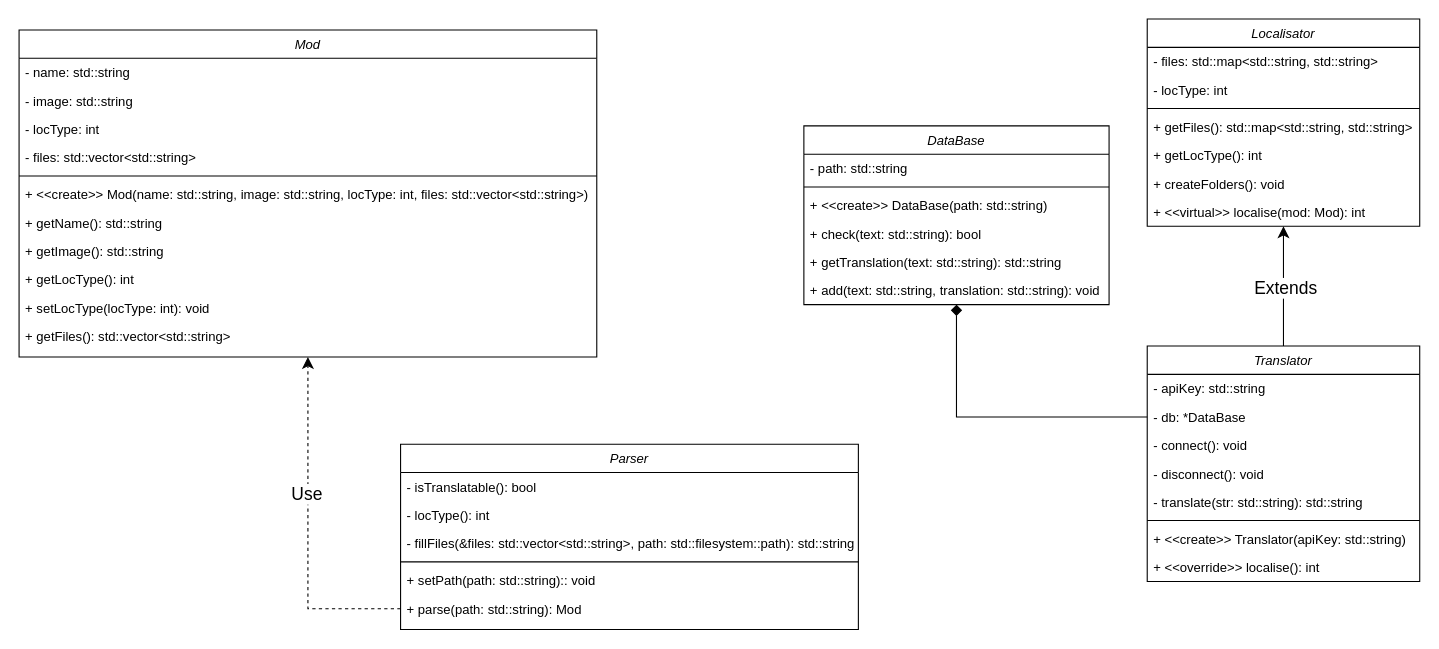
Before: StellarisMT.drawio in trpo2023/cw-ip-215_stellaris-mods-translator, a draw.io diagram. Source tidied: cells renumbered, new cells numbered last; positions are measured from the earlier drawing's top-left corner, leaving out a move shared by most shapes. Both pictures are drawn from the tidied source at 109%, with x=0, y=0 at pixel (19, 19).
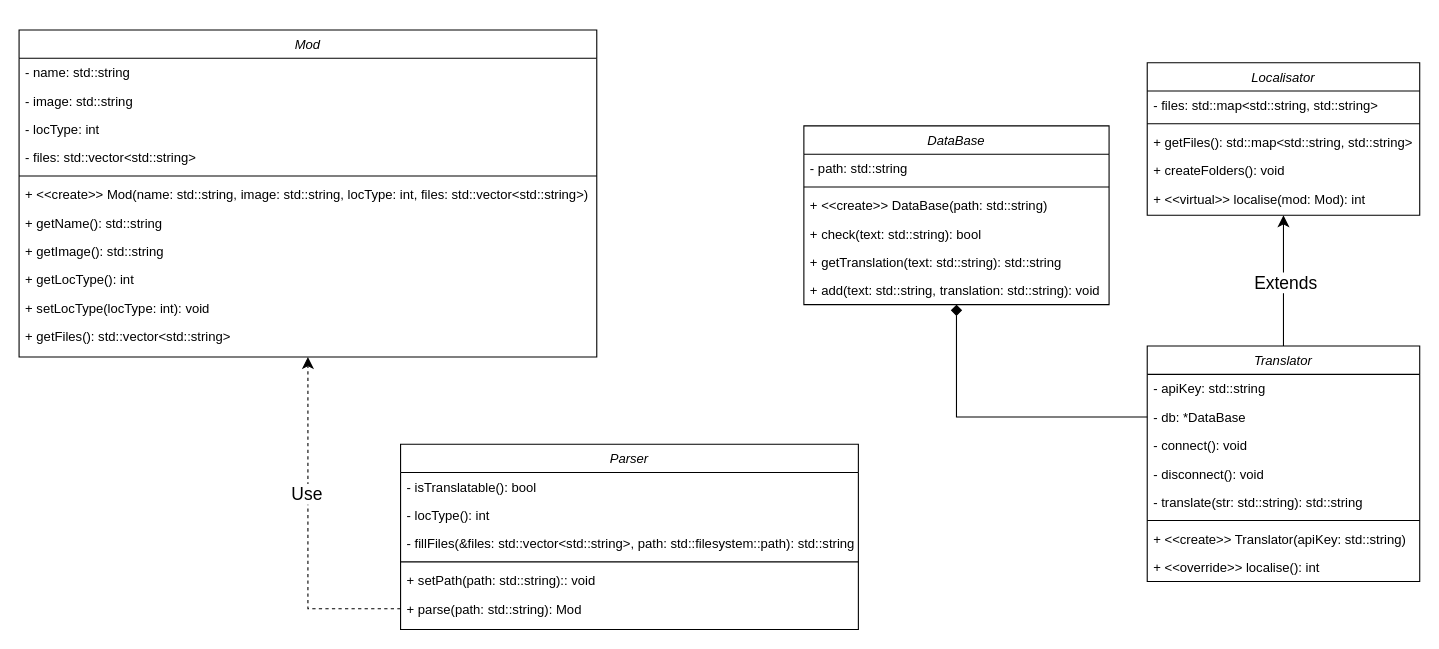
After the change.

What changed in the source:
```diff
@@
     <mxCell id="21" value="Localisator" style="swimlane;fontStyle=2;align=center;verticalAlign=top;horizontal=1;startSize=26;rounded=0;shadow=0;strokeWidth=1;" parent="1" vertex="1">
-      <mxGeometry x="1035" width="250" height="190" as="geometry" />
+      <mxGeometry x="1035" y="40" width="250" height="140" as="geometry" />
     </mxCell>
@@
-    <mxCell id="23" value="- locType: int" style="text;align=left;verticalAlign=top;spacingLeft=4;spacingRight=4;overflow=hidden;rounded=0;shadow=0;html=0;" parent="21" vertex="1">
-      <mxGeometry y="52" width="250" height="26" as="geometry" />
-    </mxCell>
     <mxCell id="24" style="line;html=1;strokeWidth=1;align=left;verticalAlign=middle;spacingTop=-1;spacingLeft=3;spacingRight=3;labelPosition=right;" parent="21" vertex="1">
-      <mxGeometry y="78" width="250" height="8" as="geometry" />
+      <mxGeometry y="52" width="250" height="8" as="geometry" />
     </mxCell>
     <mxCell id="25" value="+ getFiles(): std::map&lt;std::string, std::string&gt;" style="text;align=left;verticalAlign=top;spacingLeft=4;spacingRight=4;overflow=hidden;" parent="21" vertex="1">
-      <mxGeometry y="86" width="250" height="26" as="geometry" />
+      <mxGeometry y="60" width="250" height="26" as="geometry" />
     </mxCell>
-    <mxCell id="26" value="+ getLocType(): int" style="text;align=left;verticalAlign=top;spacingLeft=4;spacingRight=4;overflow=hidden;" parent="21" vertex="1">
-      <mxGeometry y="112" width="250" height="26" as="geometry" />
-    </mxCell>
     <mxCell id="27" value="+ createFolders(): void" style="text;align=left;verticalAlign=top;spacingLeft=4;spacingRight=4;overflow=hidden;" parent="21" vertex="1">
-      <mxGeometry y="138" width="250" height="26" as="geometry" />
+      <mxGeometry y="86" width="250" height="26" as="geometry" />
     </mxCell>
     <mxCell id="28" value="+ &lt;&lt;virtual&gt;&gt; localise(mod: Mod): int" style="text;align=left;verticalAlign=top;spacingLeft=4;spacingRight=4;overflow=hidden;" parent="21" vertex="1">
-      <mxGeometry y="164" width="250" height="26" as="geometry" />
+      <mxGeometry y="112" width="250" height="26" as="geometry" />
     </mxCell>
```
